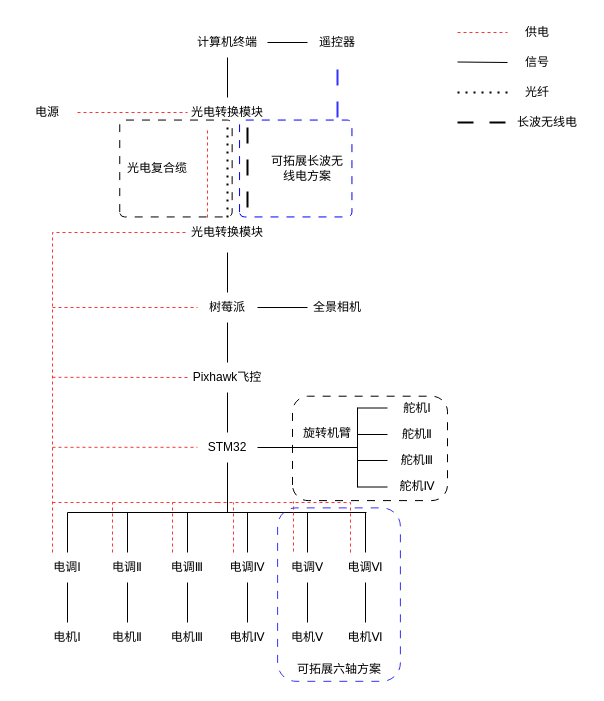
Before: 两栖无人机架构图.drawio in Yapan0975/UAV-ROV, a draw.io diagram. Source tidied: cells renumbered, new cells numbered last; positions are measured from the earlier drawing's top-left corner, leaving out a move shared by most shapes. Both pictures are drawn from the tidied source at 100%, with x=0, y=0 at pixel (17, 17).
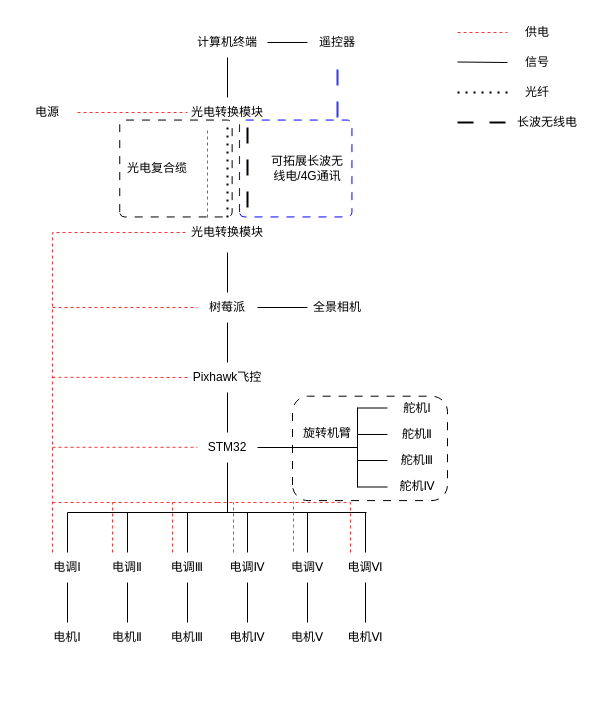
After the change.

Commit message:
更新两栖无人机架构图.drawio

The edit, as a diff of the source:
```diff
@@
-    <mxCell id="76" style="rounded=1;whiteSpace=wrap;html=1;fillColor=none;rotation=-90;dashed=1;dashPattern=8 8;strokeColor=#3333FF;" parent="1" vertex="1">
-      <mxGeometry x="234.8" y="515.7" width="173.4" height="122.8" as="geometry" />
-    </mxCell>
-    <mxCell id="77" value="可拓展六轴方案" style="text;html=1;align=center;verticalAlign=middle;whiteSpace=wrap;rounded=0;" parent="1" vertex="1">
-      <mxGeometry x="276.6" y="636.6" width="90" height="30" as="geometry" />
-    </mxCell>
@@
-    <mxCell id="79" value="可拓展长波无线电方案" style="text;html=1;align=center;verticalAlign=middle;whiteSpace=wrap;rounded=0;" parent="1" vertex="1">
+    <mxCell id="79" value="可拓展长波无线电/4G通讯" style="text;html=1;align=center;verticalAlign=middle;whiteSpace=wrap;rounded=0;" parent="1" vertex="1">
       <mxGeometry x="250" y="136.1" width="80" height="30" as="geometry" />
     </mxCell>
```
